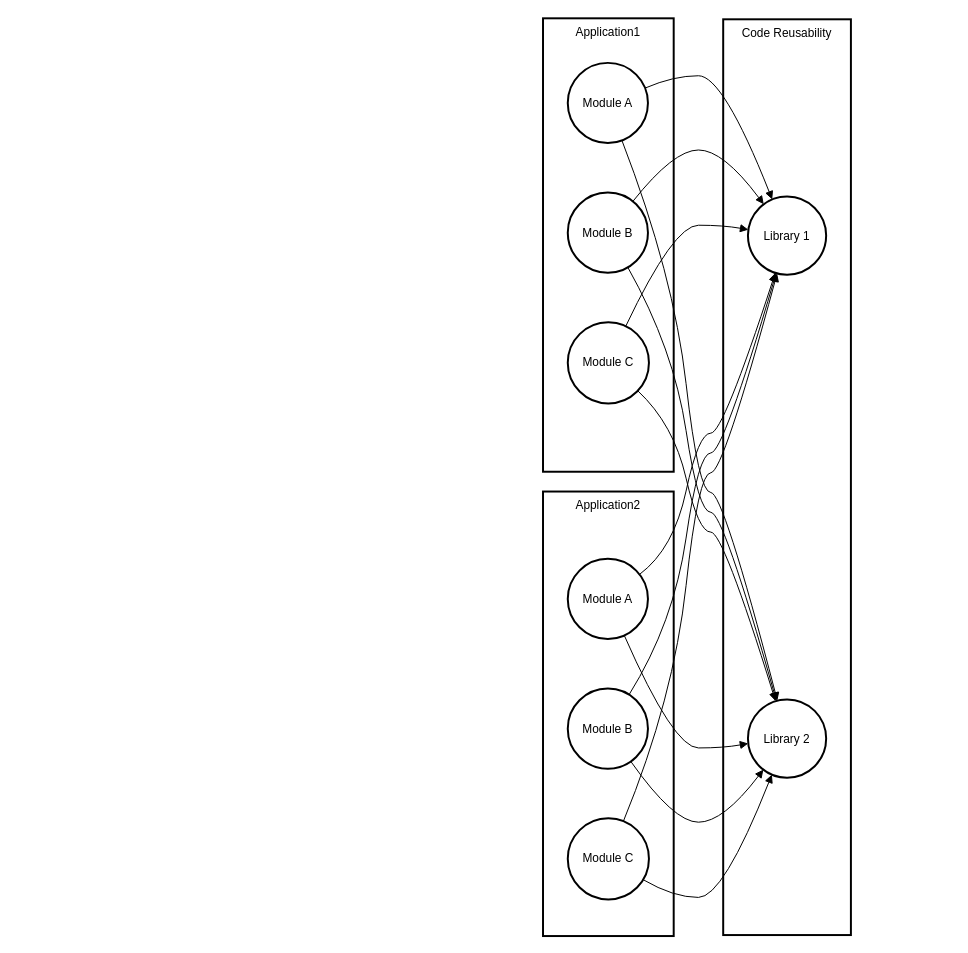
bb00le/Best-README-Template keeps this draw.io diagram as Untitled Diagram.drawio. Above is the earlier version. Source tidied: cells renumbered, new cells numbered last; positions are measured from the earlier drawing's top-left corner, leaving out a move shared by most shapes. Both pictures are drawn from the tidied source at 99%, with x=0, y=0 at pixel (543, 18).
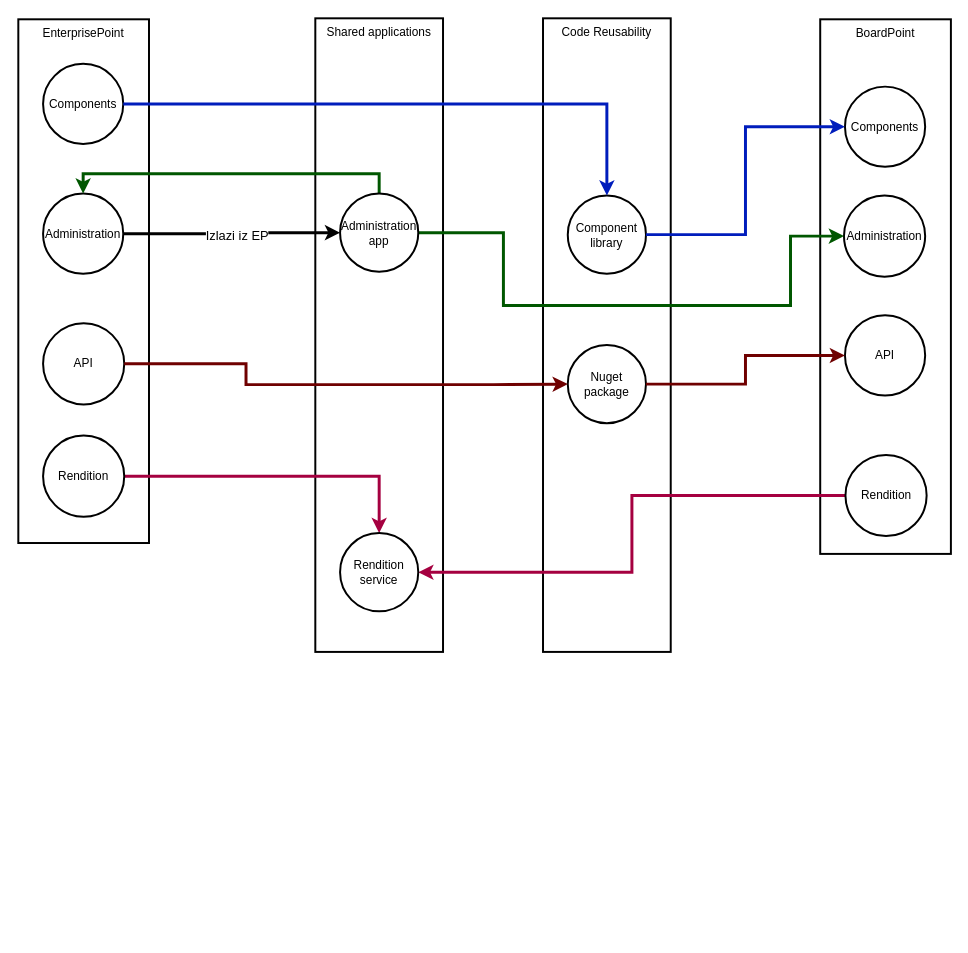
After the change.

Diff of the diagram source:
```diff
@@
     <mxCell id="2" value="Code Reusability" style="whiteSpace=wrap;strokeWidth=2;verticalAlign=top;" parent="1" vertex="1">
-      <mxGeometry x="182" y="1" width="129" height="925" as="geometry" />
+      <mxGeometry width="129" height="640" as="geometry" />
     </mxCell>
-    <mxCell id="3" value="Library 1" style="ellipse;strokeWidth=2;whiteSpace=wrap;" parent="1" vertex="1">
-      <mxGeometry x="207" y="180" width="79" height="79" as="geometry" />
+    <mxCell id="3" value="Component library" style="ellipse;strokeWidth=2;whiteSpace=wrap;" parent="1" vertex="1">
+      <mxGeometry x="25" y="179" width="79" height="79" as="geometry" />
     </mxCell>
-    <mxCell id="4" value="Library 2" style="ellipse;strokeWidth=2;whiteSpace=wrap;" parent="1" vertex="1">
-      <mxGeometry x="207" y="688" width="79" height="79" as="geometry" />
+    <mxCell id="4" value="Nuget package" style="ellipse;strokeWidth=2;whiteSpace=wrap;" parent="1" vertex="1">
+      <mxGeometry x="25" y="330" width="79" height="79" as="geometry" />
     </mxCell>
-    <mxCell id="5" value="Application2" style="whiteSpace=wrap;strokeWidth=2;verticalAlign=top;" parent="1" vertex="1">
-      <mxGeometry y="478" width="132" height="449" as="geometry" />
+    <mxCell id="5" value="BoardPoint" style="whiteSpace=wrap;strokeWidth=2;verticalAlign=top;" parent="1" vertex="1">
+      <mxGeometry x="280" y="1" width="132" height="540" as="geometry" />
     </mxCell>
-    <mxCell id="6" value="Module A" style="ellipse;strokeWidth=2;whiteSpace=wrap;" parent="1" vertex="1">
-      <mxGeometry x="25" y="546" width="81" height="81" as="geometry" />
+    <mxCell id="6" value="Components" style="ellipse;strokeWidth=2;whiteSpace=wrap;" parent="1" vertex="1">
+      <mxGeometry x="305" y="69" width="81" height="81" as="geometry" />
     </mxCell>
-    <mxCell id="7" value="Module B" style="ellipse;strokeWidth=2;whiteSpace=wrap;" parent="1" vertex="1">
-      <mxGeometry x="25" y="677" width="81" height="81" as="geometry" />
+    <mxCell id="7" value="API" style="ellipse;strokeWidth=2;whiteSpace=wrap;" parent="1" vertex="1">
+      <mxGeometry x="305" y="300" width="81" height="81" as="geometry" />
     </mxCell>
-    <mxCell id="8" value="Module C" style="ellipse;strokeWidth=2;whiteSpace=wrap;" parent="1" vertex="1">
-      <mxGeometry x="25" y="808" width="82" height="82" as="geometry" />
+    <mxCell id="8" value="Administration" style="ellipse;strokeWidth=2;whiteSpace=wrap;" parent="1" vertex="1">
+      <mxGeometry x="304" y="179" width="82" height="82" as="geometry" />
     </mxCell>
-    <mxCell id="9" value="Application1" style="whiteSpace=wrap;strokeWidth=2;verticalAlign=top;" parent="1" vertex="1">
-      <mxGeometry width="132" height="458" as="geometry" />
+    <mxCell id="9" value="EnterprisePoint" style="whiteSpace=wrap;strokeWidth=2;verticalAlign=top;" parent="1" vertex="1">
+      <mxGeometry x="-530" y="1" width="132" height="529" as="geometry" />
     </mxCell>
-    <mxCell id="10" value="Module A" style="ellipse;strokeWidth=2;whiteSpace=wrap;" parent="1" vertex="1">
-      <mxGeometry x="25" y="45" width="81" height="81" as="geometry" />
+    <mxCell id="10" value="Components" style="ellipse;strokeWidth=2;whiteSpace=wrap;" parent="1" vertex="1">
+      <mxGeometry x="-505" y="46" width="81" height="81" as="geometry" />
     </mxCell>
-    <mxCell id="11" value="Module B" style="ellipse;strokeWidth=2;whiteSpace=wrap;" parent="1" vertex="1">
-      <mxGeometry x="25" y="176" width="81" height="81" as="geometry" />
+    <mxCell id="11" value="Administration" style="ellipse;strokeWidth=2;whiteSpace=wrap;" parent="1" vertex="1">
+      <mxGeometry x="-505" y="177" width="81" height="81" as="geometry" />
     </mxCell>
-    <mxCell id="12" value="Module C" style="ellipse;strokeWidth=2;whiteSpace=wrap;" parent="1" vertex="1">
-      <mxGeometry x="25" y="307" width="82" height="82" as="geometry" />
+    <mxCell id="12" value="API" style="ellipse;strokeWidth=2;whiteSpace=wrap;" parent="1" vertex="1">
+      <mxGeometry x="-505" y="308" width="82" height="82" as="geometry" />
     </mxCell>
+    <mxCell id="25" value="Shared applications" style="whiteSpace=wrap;strokeWidth=2;verticalAlign=top;" parent="1" vertex="1">
+      <mxGeometry x="-230" width="129" height="640" as="geometry" />
+    </mxCell>
+    <mxCell id="26" style="edgeStyle=orthogonalEdgeStyle;rounded=0;jettySize=auto;html=1;exitX=1;exitY=0.5;exitDx=0;exitDy=0;entryX=0;entryY=0.5;entryDx=0;entryDy=0;strokeWidth=3;" parent="1" edge="1" source="11" target="30">
+      <mxGeometry relative="1" as="geometry" />
+    </mxCell>
+    <mxCell id="27" value="&lt;font style=&quot;font-size: 13px;&quot;&gt;Izlazi iz EP&lt;/font&gt;" style="edgeLabel;html=1;align=center;verticalAlign=middle;" parent="26" vertex="1">
+      <mxGeometry x="0.19" relative="1" as="geometry">
+        <mxPoint x="-16" y="2" as="offset" />
+      </mxGeometry>
+    </mxCell>
+    <mxCell id="28" style="edgeStyle=orthogonalEdgeStyle;rounded=0;jettySize=auto;html=1;exitX=0.5;exitY=0;exitDx=0;exitDy=0;entryX=0.5;entryY=0;entryDx=0;entryDy=0;fillColor=#008a00;strokeColor=#005700;strokeWidth=3;" parent="1" edge="1" source="30" target="11">
+      <mxGeometry relative="1" as="geometry" />
+    </mxCell>
+    <mxCell id="29" style="edgeStyle=orthogonalEdgeStyle;rounded=0;jettySize=auto;html=1;exitX=1;exitY=0.5;exitDx=0;exitDy=0;entryX=0;entryY=0.5;entryDx=0;entryDy=0;strokeWidth=3;fillColor=#008a00;strokeColor=#005700;" parent="1" edge="1" source="30" target="8">
+      <mxGeometry relative="1" as="geometry">
+        <Array as="points">
+          <mxPoint x="-40" y="217" />
+          <mxPoint x="-40" y="290" />
+          <mxPoint x="250" y="290" />
+          <mxPoint x="250" y="220" />
+        </Array>
+      </mxGeometry>
+    </mxCell>
+    <mxCell id="30" value="Administration app" style="ellipse;strokeWidth=2;whiteSpace=wrap;" parent="1" vertex="1">
+      <mxGeometry x="-205" y="177" width="79" height="79" as="geometry" />
+    </mxCell>
+    <mxCell id="31" style="edgeStyle=orthogonalEdgeStyle;rounded=0;jettySize=auto;html=1;exitX=1;exitY=0.5;exitDx=0;exitDy=0;entryX=0;entryY=0.5;entryDx=0;entryDy=0;fillColor=#0050ef;strokeColor=#001DBC;strokeWidth=3;" parent="1" edge="1" source="3" target="6">
+      <mxGeometry relative="1" as="geometry" />
+    </mxCell>
+    <mxCell id="32" style="edgeStyle=orthogonalEdgeStyle;rounded=0;jettySize=auto;html=1;exitX=1;exitY=0.5;exitDx=0;exitDy=0;entryX=0;entryY=0.5;entryDx=0;entryDy=0;fillColor=#a20025;strokeColor=#6F0000;strokeWidth=3;" parent="1" edge="1" source="4" target="7">
+      <mxGeometry relative="1" as="geometry" />
+    </mxCell>
-    <mxCell id="13" style="curved=1;startArrow=none;endArrow=block;exitX=1.0051601080246915;exitY=0.2916120424613128;entryX=0.2970638829477094;entryY=-0.0044501582278481016;" parent="1" edge="1" source="10" target="3">
-      <mxGeometry relative="1" as="geometry">
-        <Array as="points">
-          <mxPoint x="132" y="58" />
-          <mxPoint x="182" y="58" />
-        </Array>
-      </mxGeometry>
+    <mxCell id="13" style="edgeStyle=orthogonalEdgeStyle;rounded=0;jettySize=auto;html=1;exitX=1;exitY=0.5;exitDx=0;exitDy=0;fillColor=#0050ef;strokeColor=#001DBC;strokeWidth=3;" parent="1" edge="1" source="10" target="3">
+      <mxGeometry relative="1" as="geometry" />
     </mxCell>
-    <mxCell id="14" style="curved=1;startArrow=none;endArrow=block;exitX=0.8989575146041825;exitY=0.005160108024691358;entryX=0.12251222807428537;entryY=-0.0044501582278481016;" parent="1" edge="1" source="11" target="3">
-      <mxGeometry relative="1" as="geometry">
-        <Array as="points">
-          <mxPoint x="132" y="133" />
-          <mxPoint x="182" y="133" />
-        </Array>
-      </mxGeometry>
-    </mxCell>
-    <mxCell id="15" style="curved=1;startArrow=none;endArrow=block;exitX=0.7352890653041516;exitY=0.004144435975609756;entryX=-0.0017800632911392405;entryY=0.41524262084252767;" parent="1" edge="1" source="12" target="3">
-      <mxGeometry relative="1" as="geometry">
-        <Array as="points">
-          <mxPoint x="132" y="209" />
-          <mxPoint x="182" y="209" />
-        </Array>
-      </mxGeometry>
-    </mxCell>
-    <mxCell id="16" style="curved=1;startArrow=none;endArrow=block;exitX=1.0051601080246915;exitY=0.11615291883637759;entryX=0.3355158905064466;entryY=0.9896162974683544;" parent="1" edge="1" source="6" target="3">
-      <mxGeometry relative="1" as="geometry">
-        <Array as="points">
-          <mxPoint x="132" y="536" />
-          <mxPoint x="157" y="419" />
-          <mxPoint x="182" y="419" />
-        </Array>
-      </mxGeometry>
-    </mxCell>
-    <mxCell id="17" style="curved=1;startArrow=none;endArrow=block;exitX=0.8150977447769198;exitY=0.0013985339506172839;entryX=0.35003965284875027;entryY=0.9896162974683544;" parent="1" edge="1" source="7" target="3">
-      <mxGeometry relative="1" as="geometry">
-        <Array as="points">
-          <mxPoint x="132" y="611" />
-          <mxPoint x="157" y="439" />
-          <mxPoint x="182" y="439" />
-        </Array>
-      </mxGeometry>
-    </mxCell>
-    <mxCell id="18" style="curved=1;startArrow=none;endArrow=block;exitX=0.7022778039719973;exitY=0.000428734756097561;entryX=0.3621424532027389;entryY=0.9896162974683544;" parent="1" edge="1" source="8" target="3">
-      <mxGeometry relative="1" as="geometry">
-        <Array as="points">
-          <mxPoint x="132" y="687" />
-          <mxPoint x="157" y="459" />
-          <mxPoint x="182" y="459" />
-        </Array>
-      </mxGeometry>
-    </mxCell>
-    <mxCell id="19" style="curved=1;startArrow=none;endArrow=block;exitX=0.6958150847301815;exitY=1.0051601080246915;entryX=0.36649675736180937;entryY=-0.0038320806962025317;" parent="1" edge="1" source="10" target="4">
-      <mxGeometry relative="1" as="geometry">
-        <Array as="points">
-          <mxPoint x="132" y="259" />
-          <mxPoint x="157" y="479" />
-          <mxPoint x="182" y="479" />
-        </Array>
-      </mxGeometry>
-    </mxCell>
-    <mxCell id="20" style="curved=1;startArrow=none;endArrow=block;exitX=0.785562758932996;exitY=1.0041956018518519;entryX=0.35520639779341145;entryY=-0.0038320806962025317;" parent="1" edge="1" source="11" target="4">
-      <mxGeometry relative="1" as="geometry">
-        <Array as="points">
-          <mxPoint x="132" y="334" />
-          <mxPoint x="157" y="499" />
-          <mxPoint x="182" y="499" />
-        </Array>
-      </mxGeometry>
-    </mxCell>
-    <mxCell id="21" style="curved=1;startArrow=none;endArrow=block;exitX=0.9982850609756098;exitY=0.9712737524394944;entryX=0.34174567118263627;entryY=-0.0038320806962025317;" parent="1" edge="1" source="12" target="4">
+    <mxCell id="21" style="edgeStyle=orthogonalEdgeStyle;rounded=0;jettySize=auto;html=1;exitX=1;exitY=0.5;exitDx=0;exitDy=0;entryX=0;entryY=0.5;entryDx=0;entryDy=0;fillColor=#a20025;strokeColor=#6F0000;strokeWidth=3;" parent="1" edge="1" source="12" target="4">
       <mxGeometry relative="1" as="geometry">
         <Array as="points">
-          <mxPoint x="132" y="410" />
-          <mxPoint x="157" y="519" />
-          <mxPoint x="182" y="519" />
+          <mxPoint x="-300" y="349" />
+          <mxPoint x="-300" y="370" />
+          <mxPoint x="-50" y="370" />
         </Array>
       </mxGeometry>
     </mxCell>
-    <mxCell id="22" style="curved=1;startArrow=none;endArrow=block;exitX=0.7245130299517404;exitY=1.0013985339506173;entryX=-0.0017800632911392405;entryY=0.5705415959296246;" parent="1" edge="1" source="6" target="4">
-      <mxGeometry relative="1" as="geometry">
-        <Array as="points">
-          <mxPoint x="132" y="737" />
-          <mxPoint x="182" y="737" />
-        </Array>
-      </mxGeometry>
-    </mxCell>
-    <mxCell id="23" style="curved=1;startArrow=none;endArrow=block;exitX=0.8524680753818468;exitY=1.0004340277777777;entryX=0.1215497774693785;entryY=0.990234375;" parent="1" edge="1" source="7" target="4">
-      <mxGeometry relative="1" as="geometry">
-        <Array as="points">
-          <mxPoint x="132" y="812" />
-          <mxPoint x="182" y="812" />
-        </Array>
-      </mxGeometry>
-    </mxCell>
-    <mxCell id="24" style="curved=1;startArrow=none;endArrow=block;exitX=0.9982850609756098;exitY=0.7961053423384173;entryX=0.2970638829477094;entryY=0.990234375;" parent="1" edge="1" source="8" target="4">
-      <mxGeometry relative="1" as="geometry">
-        <Array as="points">
-          <mxPoint x="132" y="888" />
-          <mxPoint x="182" y="888" />
-        </Array>
-      </mxGeometry>
-    </mxCell>
+    <mxCell id="33" style="edgeStyle=orthogonalEdgeStyle;rounded=0;jettySize=auto;html=1;exitX=1;exitY=0.5;exitDx=0;exitDy=0;entryX=0.5;entryY=0;entryDx=0;entryDy=0;strokeWidth=3;fillColor=#d80073;strokeColor=#A50040;" parent="1" edge="1" source="34" target="37">
+      <mxGeometry relative="1" as="geometry" />
+    </mxCell>
+    <mxCell id="34" value="Rendition" style="ellipse;strokeWidth=2;whiteSpace=wrap;" parent="1" vertex="1">
+      <mxGeometry x="-505" y="421.5" width="82" height="82" as="geometry" />
+    </mxCell>
+    <mxCell id="35" style="edgeStyle=orthogonalEdgeStyle;rounded=0;jettySize=auto;html=1;exitX=0;exitY=0.5;exitDx=0;exitDy=0;strokeWidth=3;fillColor=#d80073;strokeColor=#A50040;" parent="1" edge="1" source="36" target="37">
+      <mxGeometry relative="1" as="geometry" />
+    </mxCell>
+    <mxCell id="36" value="Rendition" style="ellipse;strokeWidth=2;whiteSpace=wrap;" parent="1" vertex="1">
+      <mxGeometry x="305.5" y="441" width="82" height="82" as="geometry" />
+    </mxCell>
+    <mxCell id="37" value="Rendition service" style="ellipse;strokeWidth=2;whiteSpace=wrap;" parent="1" vertex="1">
+      <mxGeometry x="-205" y="520" width="79" height="79" as="geometry" />
+    </mxCell>
```
